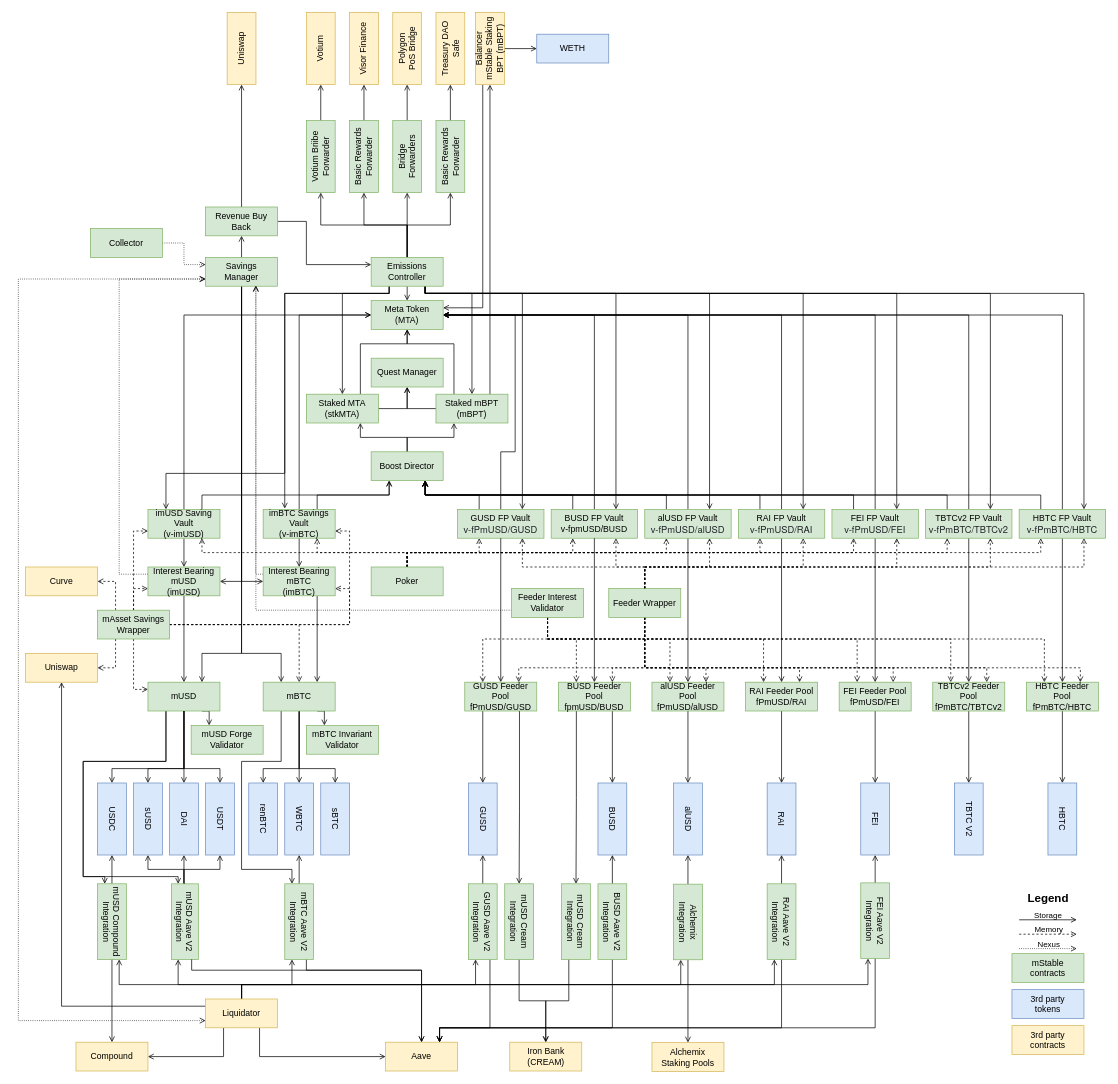
Earlier version of the draw.io diagram page "Page-1" (1 of 2) of contracts/mStableLogicalContractDiagram.drawio (mstable/mStable-process-docs). Source tidied: cells renumbered, new cells numbered last; positions are measured from the earlier drawing's top-left corner, leaving out a move shared by most shapes. Both pictures are drawn from the tidied source at 72%, with x=0, y=0 at pixel (18, 34).
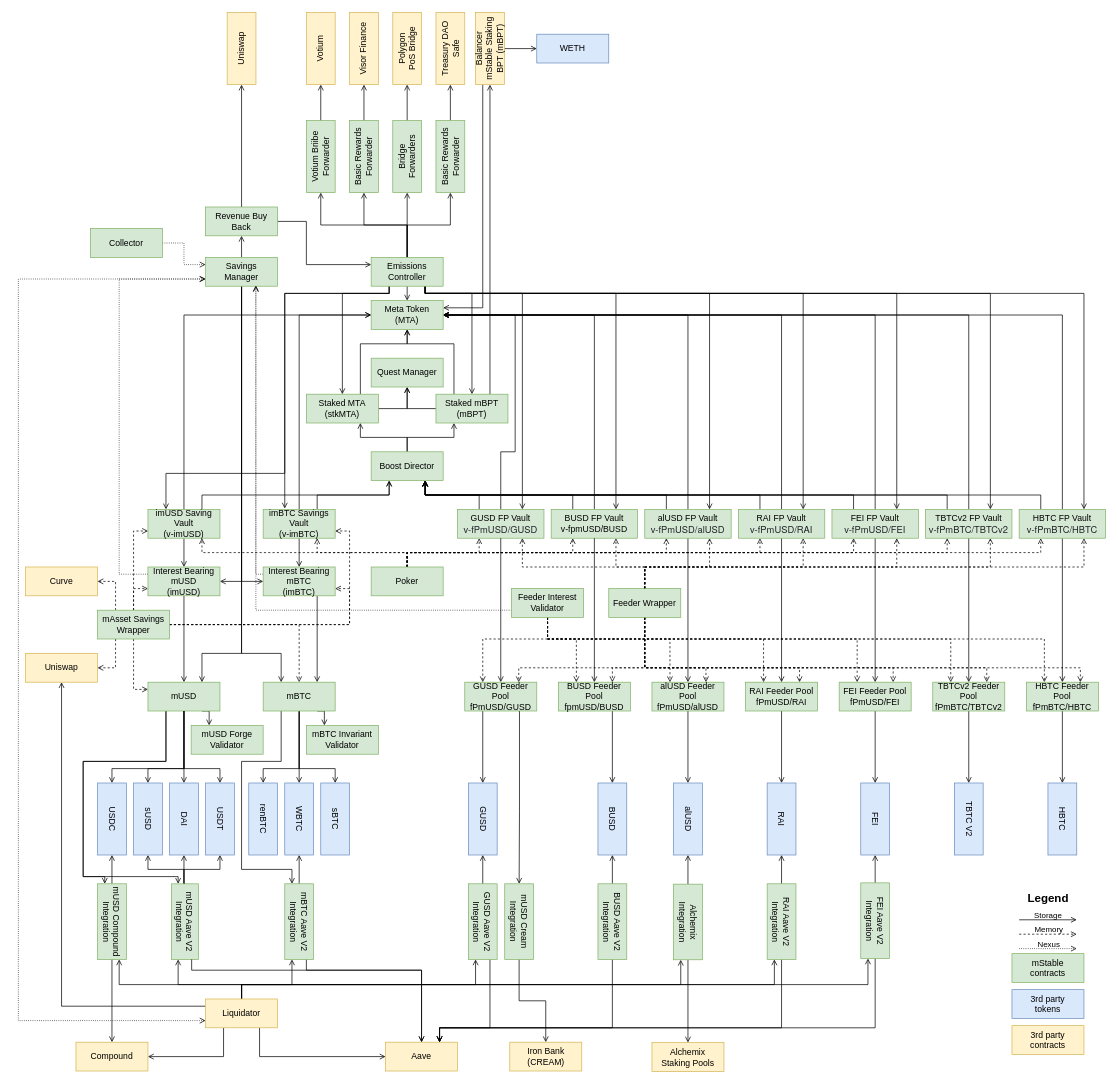
The same diagram, later.

Commit message (it also covers changes not shown here):
chore: removed BUSD integration to Iron Bank from mainnet contracts diagram

The change refers to these unchanged cells:
```xml
<mxCell id="55" value="BUSD Feeder Pool&lt;br&gt;&lt;span&gt;fpmUSD/BUSD&lt;/span&gt;" style="whiteSpace=wrap;html=1;align=center;fillColor=#d5e8d4;strokeColor=#82b366;" parent="1" vertex="1">
  <mxGeometry x="750" y="900" width="100" height="40" as="geometry" />
</mxCell>
<mxCell id="170" value="Iron Bank (CREAM)" style="whiteSpace=wrap;html=1;align=center;rotation=0;fillColor=#fff2cc;strokeColor=#d6b656;" parent="1" vertex="1">
  <mxGeometry x="682.5" y="1400" width="100" height="40" as="geometry" />
</mxCell>
```

The edit, as a diff of the source:
```diff
@@
-    <mxCell id="54" style="edgeStyle=orthogonalEdgeStyle;rounded=0;jettySize=auto;html=1;exitX=0.25;exitY=1;exitDx=0;exitDy=0;endArrow=open;endFill=0;" parent="1" edge="1" source="55" target="187">
-      <mxGeometry relative="1" as="geometry" />
-    </mxCell>
@@
-    <mxCell id="186" style="edgeStyle=orthogonalEdgeStyle;rounded=0;jettySize=auto;html=1;exitX=1;exitY=0.75;exitDx=0;exitDy=0;entryX=0.5;entryY=0;entryDx=0;entryDy=0;endArrow=open;endFill=0;" parent="1" edge="1" source="187" target="170">
-      <mxGeometry relative="1" as="geometry" />
-    </mxCell>
-    <mxCell id="187" value="mUSD Cream Integration" style="whiteSpace=wrap;html=1;align=center;rotation=90;fillColor=#d5e8d4;strokeColor=#82b366;" parent="1" vertex="1">
-      <mxGeometry x="722" y="1212.5" width="105" height="40" as="geometry" />
-    </mxCell>
```
